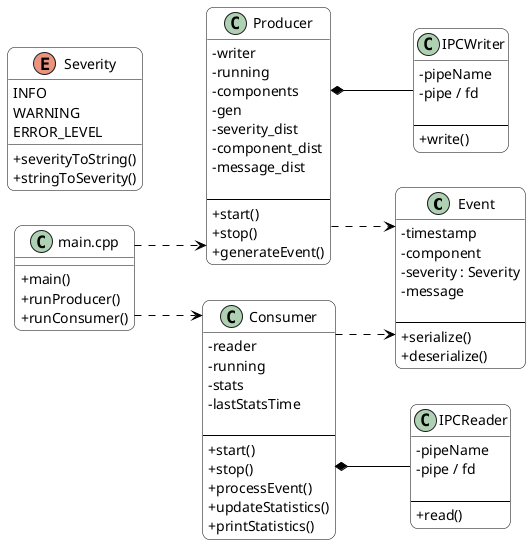
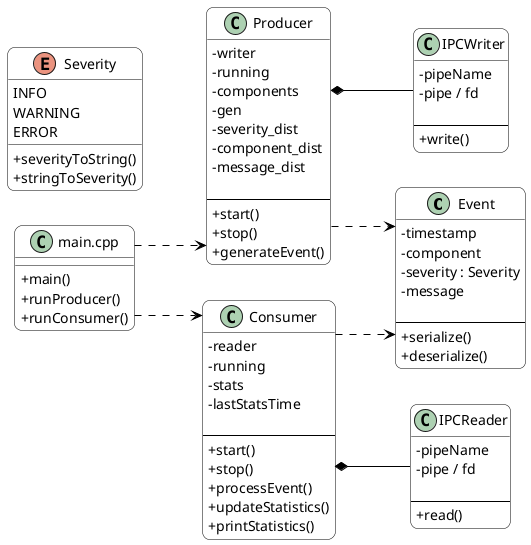
@startuml class_diagram

left to right direction
skinparam linetype ortho
skinparam classAttributeIconSize 0

skinparam shadowing false
skinparam roundcorner 15

skinparam class {
    BackgroundColor white
    BorderColor black
    ArrowColor black
}

class Event {
    - timestamp
    - component
    - severity : Severity
    - message

    --
    + serialize()
    + deserialize()
}

enum Severity {
    INFO
    WARNING
-     ERROR_LEVEL
+     ERROR
}

class Producer {
    - writer
    - running
    - components
    - gen
    - severity_dist
    - component_dist
    - message_dist

    --
    + start()
    + stop()
    + generateEvent()
}

class Consumer {
    - reader
    - running
    - stats
    - lastStatsTime

    --
    + start()
    + stop()
    + processEvent()
    + updateStatistics()
    + printStatistics()
}

class IPCWriter {
    - pipeName
    - pipe / fd

    --
    + write()
}

class IPCReader {
    - pipeName
    - pipe / fd

    --
    + read()
}

class "main.cpp" as Main {
    + main()
    + runProducer()
    + runConsumer()
}

Severity : + severityToString()
Severity : + stringToSeverity()

Producer *-- IPCWriter
Consumer *-- IPCReader

Producer ..> Event
Consumer ..> Event

Main ..> Producer
Main ..> Consumer

@enduml